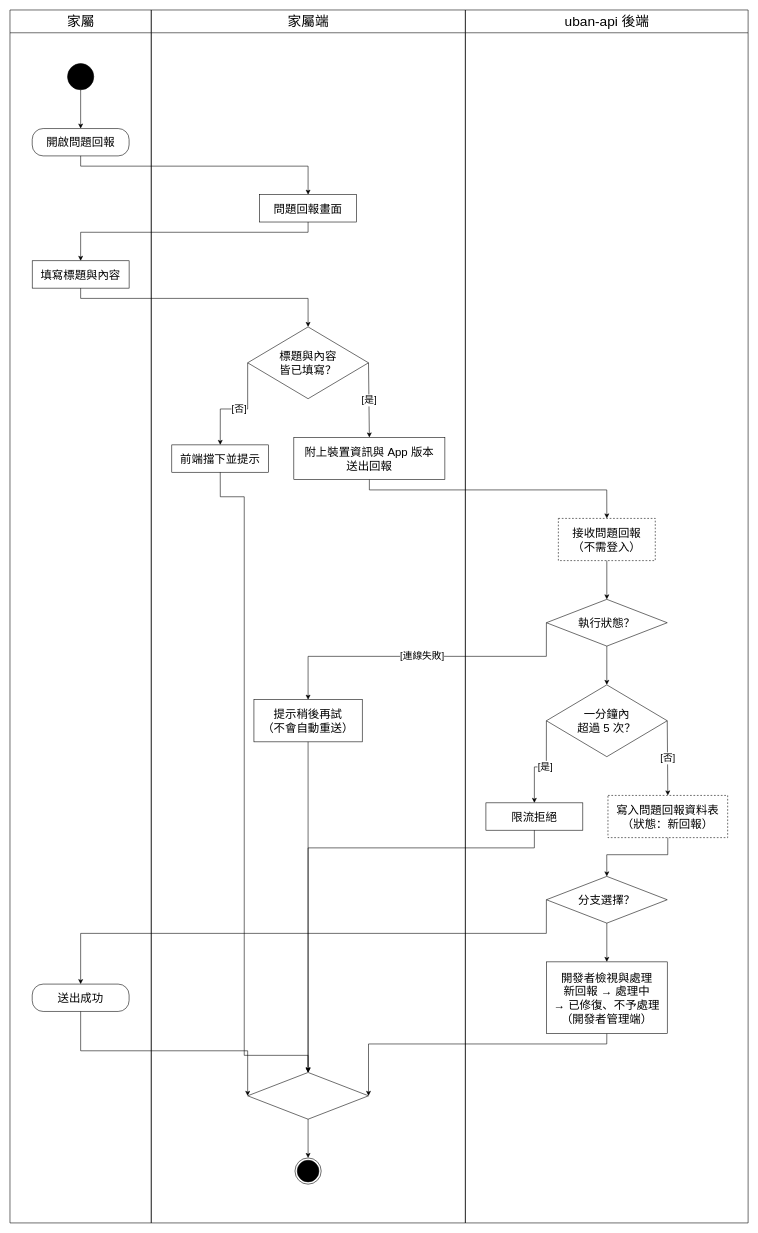
HuangYu-Kai/Uban keeps this draw.io diagram as Uban System Documents/drawio圖/A21-問題回報.drawio. Above is the earlier version. Source tidied: cells renumbered, new cells numbered last; positions are measured from the earlier drawing's top-left corner, leaving out a move shared by most shapes. Both pictures are drawn from the tidied source at 57%, with x=0, y=0 at pixel (10, 10).
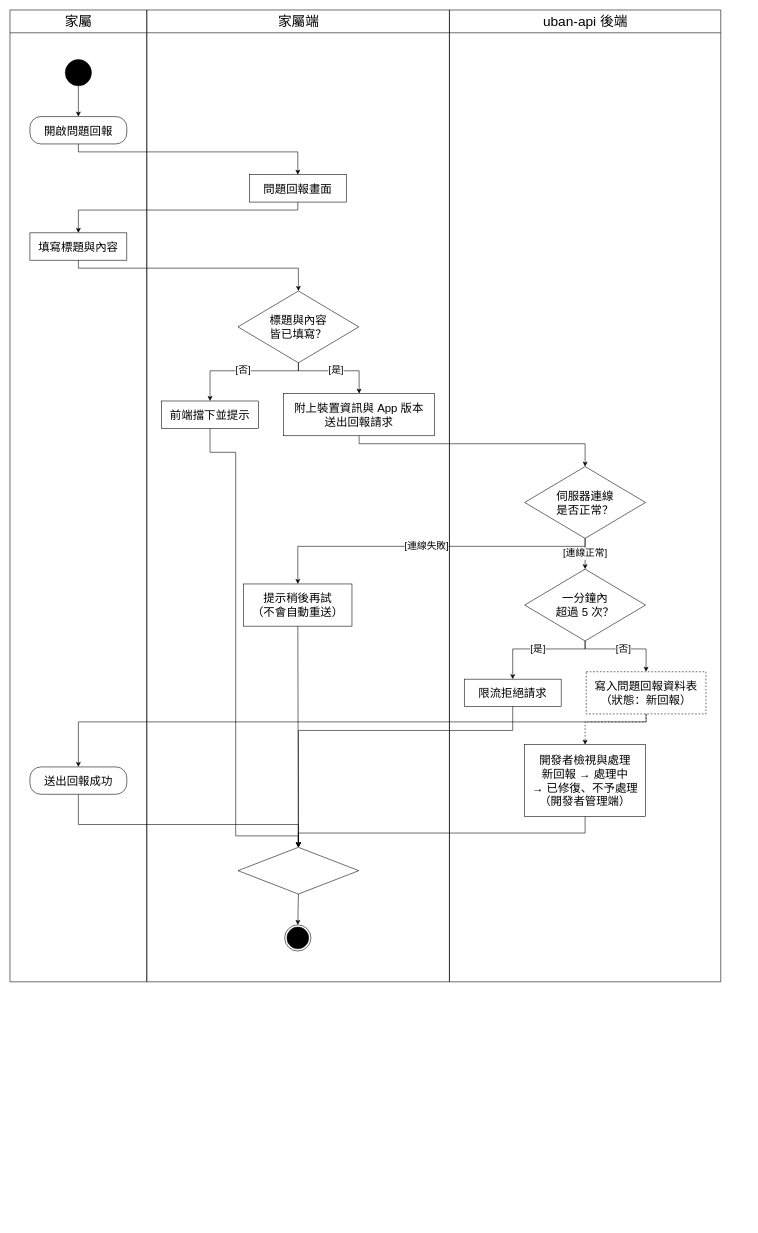
Above is the later version.

Diff of the diagram source:
```diff
@@
     <mxCell id="2" value="家屬" style="swimlane;html=1;horizontal=1;startSize=40;fillColor=none;strokeColor=#000000;fontSize=24;fontColor=#000000;fontStyle=0;swimlaneFillColor=none;" parent="1" vertex="1">
-      <mxGeometry width="247.9" height="2128" as="geometry" />
+      <mxGeometry width="240" height="1705" as="geometry" />
     </mxCell>
     <mxCell id="3" value="家屬端" style="swimlane;html=1;horizontal=1;startSize=40;fillColor=none;strokeColor=#000000;fontSize=24;fontColor=#000000;fontStyle=0;swimlaneFillColor=none;" parent="1" vertex="1">
-      <mxGeometry x="247.9" width="551" height="2128" as="geometry" />
+      <mxGeometry x="240" width="531" height="1705" as="geometry" />
     </mxCell>
     <mxCell id="4" value="uban-api 後端" style="swimlane;html=1;horizontal=1;startSize=40;fillColor=none;strokeColor=#000000;fontSize=24;fontColor=#000000;fontStyle=0;swimlaneFillColor=none;" parent="1" vertex="1">
-      <mxGeometry x="799" width="496" height="2128" as="geometry" />
+      <mxGeometry x="771" width="476" height="1705" as="geometry" />
     </mxCell>
     <mxCell id="5" style="ellipse;html=1;fillColor=#000000;strokeColor=#000000;" parent="2" vertex="1">
-      <mxGeometry x="101" y="94" width="46" height="46" as="geometry" />
+      <mxGeometry x="97" y="87" width="46" height="46" as="geometry" />
     </mxCell>
     <mxCell id="6" value="開啟問題回報" style="rounded=1;arcSize=40;whiteSpace=wrap;html=1;fillColor=#FFFFFF;strokeColor=#000000;fontSize=20;fontColor=#000000;" parent="2" vertex="1">
-      <mxGeometry x="39" y="208" width="170" height="48" as="geometry" />
+      <mxGeometry x="35" y="187" width="170" height="48" as="geometry" />
     </mxCell>
     <mxCell id="7" value="填寫標題與內容" style="rounded=0;whiteSpace=wrap;html=1;fillColor=#FFFFFF;strokeColor=#000000;fontSize=20;fontColor=#000000;" parent="2" vertex="1">
-      <mxGeometry x="39" y="440" width="170" height="48" as="geometry" />
+      <mxGeometry x="35" y="391" width="170" height="48" as="geometry" />
     </mxCell>
-    <mxCell id="8" value="送出成功" style="rounded=1;arcSize=40;whiteSpace=wrap;html=1;fillColor=#FFFFFF;strokeColor=#000000;fontSize=20;fontColor=#000000;" parent="2" vertex="1">
-      <mxGeometry x="39" y="1709" width="170" height="48" as="geometry" />
+    <mxCell id="8" value="送出回報成功" style="rounded=1;arcSize=40;whiteSpace=wrap;html=1;fillColor=#FFFFFF;strokeColor=#000000;fontSize=20;fontColor=#000000;" parent="2" vertex="1">
+      <mxGeometry x="35" y="1328" width="170" height="48" as="geometry" />
     </mxCell>
     <mxCell id="9" value="問題回報畫面" style="rounded=0;whiteSpace=wrap;html=1;fillColor=#FFFFFF;strokeColor=#000000;fontSize=20;fontColor=#000000;" parent="3" vertex="1">
-      <mxGeometry x="190.1" y="324" width="170" height="48" as="geometry" />
+      <mxGeometry x="180" y="289" width="170" height="48" as="geometry" />
     </mxCell>
     <mxCell id="10" value="標題與內容&lt;br&gt;皆已填寫？" style="rhombus;whiteSpace=wrap;html=1;fillColor=#FFFFFF;strokeColor=#000000;fontSize=20;fontColor=#000000;" parent="3" vertex="1">
-      <mxGeometry x="169.1" y="556" width="212" height="126" as="geometry" />
+      <mxGeometry x="160" y="493" width="212" height="126" as="geometry" />
     </mxCell>
     <mxCell id="11" value="前端擋下並提示" style="rounded=0;whiteSpace=wrap;html=1;fillColor=#FFFFFF;strokeColor=#000000;fontSize=20;fontColor=#000000;" parent="3" vertex="1">
-      <mxGeometry x="36" y="763" width="170" height="48" as="geometry" />
+      <mxGeometry x="26" y="686" width="170" height="48" as="geometry" />
     </mxCell>
-    <mxCell id="12" value="附上裝置資訊與 App 版本&lt;br&gt;送出回報" style="rounded=0;whiteSpace=wrap;html=1;fillColor=#FFFFFF;strokeColor=#000000;fontSize=20;fontColor=#000000;" parent="3" vertex="1">
-      <mxGeometry x="250.1" y="750" width="265" height="74" as="geometry" />
+    <mxCell id="12" value="附上裝置資訊與 App 版本&lt;br&gt;送出回報請求" style="rounded=0;whiteSpace=wrap;html=1;fillColor=#FFFFFF;strokeColor=#000000;fontSize=20;fontColor=#000000;" parent="3" vertex="1">
+      <mxGeometry x="240" y="673" width="265" height="74" as="geometry" />
     </mxCell>
     <mxCell id="13" value="提示稍後再試&lt;br&gt;（不會自動重送）" style="rounded=0;whiteSpace=wrap;html=1;fillColor=#FFFFFF;strokeColor=#000000;fontSize=20;fontColor=#000000;" parent="3" vertex="1">
-      <mxGeometry x="180.1" y="1210" width="190" height="74" as="geometry" />
+      <mxGeometry x="170" y="1007" width="190" height="74" as="geometry" />
     </mxCell>
     <mxCell id="14" style="rhombus;whiteSpace=wrap;html=1;fillColor=#FFFFFF;strokeColor=#000000;fontSize=20;fontColor=#000000;" parent="3" vertex="1">
-      <mxGeometry x="169.1" y="1864" width="212" height="82" as="geometry" />
+      <mxGeometry x="160" y="1469" width="212" height="82" as="geometry" />
     </mxCell>
     <mxCell id="15" style="ellipse;html=1;shape=endState;fillColor=#000000;strokeColor=#000000;" parent="3" vertex="1">
-      <mxGeometry x="252.1" y="2014" width="46" height="46" as="geometry" />
+      <mxGeometry x="242" y="1605" width="46" height="46" as="geometry" />
     </mxCell>
-    <mxCell id="16" value="接收問題回報&lt;br&gt;（不需登入）" style="rounded=0;whiteSpace=wrap;html=1;fillColor=#FFFFFF;strokeColor=#000000;fontSize=20;fontColor=#000000;dashed=1;" parent="4" vertex="1">
-      <mxGeometry x="163.1" y="892" width="170" height="74" as="geometry" />
+    <mxCell id="16" value="伺服器連線&lt;br&gt;是否正常？" style="rhombus;whiteSpace=wrap;html=1;fillColor=#FFFFFF;strokeColor=#000000;fontSize=20;fontColor=#000000;" parent="4" vertex="1">
+      <mxGeometry x="132" y="801" width="212" height="126" as="geometry" />
     </mxCell>
     <mxCell id="17" value="一分鐘內&lt;br&gt;超過 5 次？" style="rhombus;whiteSpace=wrap;html=1;fillColor=#FFFFFF;strokeColor=#000000;fontSize=20;fontColor=#000000;" parent="4" vertex="1">
-      <mxGeometry x="142.1" y="1184" width="212" height="126" as="geometry" />
+      <mxGeometry x="132" y="981" width="212" height="126" as="geometry" />
     </mxCell>
-    <mxCell id="18" value="限流拒絕" style="rounded=0;whiteSpace=wrap;html=1;fillColor=#FFFFFF;strokeColor=#000000;fontSize=20;fontColor=#000000;" parent="4" vertex="1">
-      <mxGeometry x="36" y="1391" width="170" height="48" as="geometry" />
+    <mxCell id="18" value="限流拒絕請求" style="rounded=0;whiteSpace=wrap;html=1;fillColor=#FFFFFF;strokeColor=#000000;fontSize=20;fontColor=#000000;" parent="4" vertex="1">
+      <mxGeometry x="26" y="1174" width="170" height="48" as="geometry" />
     </mxCell>
     <mxCell id="19" value="寫入問題回報資料表&lt;br&gt;（狀態：新回報）" style="rounded=0;whiteSpace=wrap;html=1;fillColor=#FFFFFF;strokeColor=#000000;fontSize=20;fontColor=#000000;dashed=1;" parent="4" vertex="1">
-      <mxGeometry x="250.1" y="1378" width="210" height="74" as="geometry" />
+      <mxGeometry x="240" y="1161" width="210" height="74" as="geometry" />
     </mxCell>
     <mxCell id="20" value="開發者檢視與處理&lt;br&gt;新回報 → 處理中&lt;br&gt;→ 已修復、不予處理&lt;br&gt;（開發者管理端）" style="rounded=0;whiteSpace=wrap;html=1;fillColor=#FFFFFF;strokeColor=#000000;fontSize=20;fontColor=#000000;" parent="4" vertex="1">
-      <mxGeometry x="142.1" y="1670" width="212" height="126" as="geometry" />
+      <mxGeometry x="132" y="1289" width="212" height="126" as="geometry" />
     </mxCell>
-    <mxCell id="21" value="執行狀態？" style="rhombus;whiteSpace=wrap;html=1;fillColor=#FFFFFF;strokeColor=#000000;fontSize=20;fontColor=#000000;" parent="4" vertex="1">
-      <mxGeometry x="142.1" y="1034" width="212" height="82" as="geometry" />
-    </mxCell>
-    <mxCell id="22" value="分支選擇？" style="rhombus;whiteSpace=wrap;html=1;fillColor=#FFFFFF;strokeColor=#000000;fontSize=20;fontColor=#000000;" parent="4" vertex="1">
-      <mxGeometry x="142.1" y="1520" width="212" height="82" as="geometry" />
-    </mxCell>
@@
     <mxCell id="24" style="edgeStyle=none;rounded=0;html=1;strokeColor=#000000;fontSize=17;fontColor=#000000;labelBackgroundColor=#FFFFFF;endArrow=classic;endFill=1;exitPerimeter=0;entryPerimeter=0;exitX=0.5;exitY=1;exitDx=0;exitDy=0;entryX=0.5;entryY=0;entryDx=0;entryDy=0;" parent="1" edge="1" source="6" target="9">
       <mxGeometry relative="1" as="geometry">
         <Array as="points">
-          <mxPoint x="124" y="274" />
-          <mxPoint x="523" y="274" />
+          <mxPoint x="120" y="249" />
+          <mxPoint x="505" y="249" />
         </Array>
       </mxGeometry>
     </mxCell>
     <mxCell id="25" style="edgeStyle=none;rounded=0;html=1;strokeColor=#000000;fontSize=17;fontColor=#000000;labelBackgroundColor=#FFFFFF;endArrow=classic;endFill=1;exitPerimeter=0;entryPerimeter=0;exitX=0.5;exitY=1;exitDx=0;exitDy=0;entryX=0.5;entryY=0;entryDx=0;entryDy=0;" parent="1" edge="1" source="9" target="7">
       <mxGeometry relative="1" as="geometry">
         <Array as="points">
-          <mxPoint x="523" y="390" />
-          <mxPoint x="124" y="390" />
+          <mxPoint x="505" y="351" />
+          <mxPoint x="120" y="351" />
         </Array>
       </mxGeometry>
     </mxCell>
     <mxCell id="26" style="edgeStyle=none;rounded=0;html=1;strokeColor=#000000;fontSize=17;fontColor=#000000;labelBackgroundColor=#FFFFFF;endArrow=classic;endFill=1;exitPerimeter=0;entryPerimeter=0;exitX=0.5;exitY=1;exitDx=0;exitDy=0;entryX=0.5;entryY=0;entryDx=0;entryDy=0;" parent="1" edge="1" source="7" target="10">
       <mxGeometry relative="1" as="geometry">
         <Array as="points">
-          <mxPoint x="124" y="506" />
-          <mxPoint x="523" y="506" />
+          <mxPoint x="120" y="453" />
+          <mxPoint x="506" y="453" />
         </Array>
       </mxGeometry>
     </mxCell>
-    <mxCell id="27" value="[否]" style="edgeStyle=none;rounded=0;html=1;strokeColor=#000000;fontSize=17;fontColor=#000000;labelBackgroundColor=#FFFFFF;endArrow=classic;endFill=1;exitPerimeter=0;entryPerimeter=0;exitX=0;exitY=0.5;exitDx=0;exitDy=0;entryX=0.5;entryY=0;entryDx=0;entryDy=0;" parent="1" edge="1" source="10" target="11">
+    <mxCell id="27" value="[否]" style="edgeStyle=none;rounded=0;html=1;strokeColor=#000000;fontSize=17;fontColor=#000000;labelBackgroundColor=#FFFFFF;endArrow=classic;endFill=1;exitPerimeter=0;entryPerimeter=0;exitX=0.5;exitY=1;exitDx=0;exitDy=0;entryX=0.5;entryY=0;entryDx=0;entryDy=0;" parent="1" edge="1" source="10" target="11">
       <mxGeometry relative="1" as="geometry">
         <Array as="points">
-          <mxPoint x="417" y="700" />
-          <mxPoint x="369" y="700" />
+          <mxPoint x="506" y="633" />
+          <mxPoint x="351" y="633" />
         </Array>
       </mxGeometry>
     </mxCell>
-    <mxCell id="28" value="[是]" style="edgeStyle=none;rounded=0;html=1;strokeColor=#000000;fontSize=17;fontColor=#000000;labelBackgroundColor=#FFFFFF;endArrow=classic;endFill=1;exitPerimeter=0;entryPerimeter=0;exitX=1;exitY=0.5;exitDx=0;exitDy=0;entryX=0.5;entryY=0;entryDx=0;entryDy=0;" parent="1" edge="1" source="10" target="12">
-      <mxGeometry relative="1" as="geometry" />
+    <mxCell id="28" value="[是]" style="edgeStyle=none;rounded=0;html=1;strokeColor=#000000;fontSize=17;fontColor=#000000;labelBackgroundColor=#FFFFFF;endArrow=classic;endFill=1;exitPerimeter=0;entryPerimeter=0;exitX=0.5;exitY=1;exitDx=0;exitDy=0;entryX=0.5;entryY=0;entryDx=0;entryDy=0;" parent="1" edge="1" source="10" target="12">
+      <mxGeometry relative="1" as="geometry">
+        <Array as="points">
+          <mxPoint x="506" y="633" />
+          <mxPoint x="612.5" y="633" />
+        </Array>
+      </mxGeometry>
     </mxCell>
     <mxCell id="29" style="edgeStyle=none;rounded=0;html=1;strokeColor=#000000;fontSize=17;fontColor=#000000;labelBackgroundColor=#FFFFFF;endArrow=classic;endFill=1;exitPerimeter=0;entryPerimeter=0;exitX=0.5;exitY=1;exitDx=0;exitDy=0;entryX=0.5;entryY=0;entryDx=0;entryDy=0;" parent="1" edge="1" source="12" target="16">
       <mxGeometry relative="1" as="geometry">
         <Array as="points">
-          <mxPoint x="630.5" y="842" />
-          <mxPoint x="1047" y="842" />
+          <mxPoint x="612.5" y="761" />
+          <mxPoint x="1009" y="761" />
         </Array>
       </mxGeometry>
     </mxCell>
-    <mxCell id="30" value="[連線失敗]" style="edgeStyle=none;rounded=0;html=1;strokeColor=#000000;fontSize=17;fontColor=#000000;labelBackgroundColor=#FFFFFF;endArrow=classic;endFill=1;exitPerimeter=0;entryPerimeter=0;exitX=0;exitY=0.5;exitDx=0;exitDy=0;entryX=0.5;entryY=0;entryDx=0;entryDy=0;" parent="1" edge="1" source="21" target="13">
+    <mxCell id="30" value="[連線失敗]" style="edgeStyle=none;rounded=0;html=1;strokeColor=#000000;fontSize=17;fontColor=#000000;labelBackgroundColor=#FFFFFF;endArrow=classic;endFill=1;exitPerimeter=0;entryPerimeter=0;exitX=0.5;exitY=1;exitDx=0;exitDy=0;entryX=0.5;entryY=0;entryDx=0;entryDy=0;" parent="1" edge="1" source="16" target="13">
       <mxGeometry relative="1" as="geometry">
         <Array as="points">
-          <mxPoint x="941" y="1134" />
-          <mxPoint x="523" y="1134" />
+          <mxPoint x="1009" y="941" />
+          <mxPoint x="505" y="941" />
         </Array>
       </mxGeometry>
     </mxCell>
-    <mxCell id="31" style="edgeStyle=none;rounded=0;html=1;strokeColor=#000000;fontSize=17;fontColor=#000000;labelBackgroundColor=#FFFFFF;endArrow=classic;endFill=1;exitPerimeter=0;entryPerimeter=0;exitX=0.5;exitY=1;exitDx=0;exitDy=0;entryX=0.5;entryY=0;entryDx=0;entryDy=0;" parent="1" edge="1" source="21" target="17">
+    <mxCell id="31" value="[連線正常]" style="edgeStyle=none;rounded=0;html=1;strokeColor=#000000;fontSize=17;fontColor=#000000;labelBackgroundColor=#FFFFFF;endArrow=classic;endFill=1;exitPerimeter=0;entryPerimeter=0;exitX=0.5;exitY=1;exitDx=0;exitDy=0;entryX=0.5;entryY=0;entryDx=0;entryDy=0;" parent="1" edge="1" source="16" target="17">
       <mxGeometry relative="1" as="geometry" />
     </mxCell>
-    <mxCell id="32" value="[是]" style="edgeStyle=none;rounded=0;html=1;strokeColor=#000000;fontSize=17;fontColor=#000000;labelBackgroundColor=#FFFFFF;endArrow=classic;endFill=1;exitPerimeter=0;entryPerimeter=0;exitX=0;exitY=0.5;exitDx=0;exitDy=0;entryX=0.5;entryY=0;entryDx=0;entryDy=0;" parent="1" edge="1" source="17" target="18">
+    <mxCell id="32" value="[是]" style="edgeStyle=none;rounded=0;html=1;strokeColor=#000000;fontSize=17;fontColor=#000000;labelBackgroundColor=#FFFFFF;endArrow=classic;endFill=1;exitPerimeter=0;entryPerimeter=0;exitX=0.5;exitY=1;exitDx=0;exitDy=0;entryX=0.5;entryY=0;entryDx=0;entryDy=0;" parent="1" edge="1" source="17" target="18">
       <mxGeometry relative="1" as="geometry">
         <Array as="points">
-          <mxPoint x="941" y="1328" />
-          <mxPoint x="920" y="1328" />
+          <mxPoint x="1009" y="1121" />
+          <mxPoint x="882" y="1121" />
         </Array>
       </mxGeometry>
     </mxCell>
-    <mxCell id="33" value="[否]" style="edgeStyle=none;rounded=0;html=1;strokeColor=#000000;fontSize=17;fontColor=#000000;labelBackgroundColor=#FFFFFF;endArrow=classic;endFill=1;exitPerimeter=0;entryPerimeter=0;exitX=1;exitY=0.5;exitDx=0;exitDy=0;entryX=0.5;entryY=0;entryDx=0;entryDy=0;" parent="1" edge="1" source="17" target="19">
-      <mxGeometry relative="1" as="geometry" />
+    <mxCell id="33" value="[否]" style="edgeStyle=none;rounded=0;html=1;strokeColor=#000000;fontSize=17;fontColor=#000000;labelBackgroundColor=#FFFFFF;endArrow=classic;endFill=1;exitPerimeter=0;entryPerimeter=0;exitX=0.5;exitY=1;exitDx=0;exitDy=0;entryX=0.5;entryY=0;entryDx=0;entryDy=0;" parent="1" edge="1" source="17" target="19">
+      <mxGeometry relative="1" as="geometry">
+        <Array as="points">
+          <mxPoint x="1009" y="1121" />
+          <mxPoint x="1116" y="1121" />
+        </Array>
+      </mxGeometry>
     </mxCell>
-    <mxCell id="34" style="edgeStyle=none;rounded=0;html=1;strokeColor=#000000;fontSize=17;fontColor=#000000;labelBackgroundColor=#FFFFFF;endArrow=classic;endFill=1;exitPerimeter=0;entryPerimeter=0;exitX=0;exitY=0.5;exitDx=0;exitDy=0;entryX=0.5;entryY=0;entryDx=0;entryDy=0;" parent="1" edge="1" source="22" target="8">
+    <mxCell id="34" style="edgeStyle=none;rounded=0;html=1;strokeColor=#000000;fontSize=17;fontColor=#000000;labelBackgroundColor=#FFFFFF;endArrow=classic;endFill=1;exitPerimeter=0;entryPerimeter=0;exitX=0.5;exitY=1;exitDx=0;exitDy=0;entryX=0.5;entryY=0;entryDx=0;entryDy=0;" parent="1" edge="1" source="19" target="8">
       <mxGeometry relative="1" as="geometry">
         <Array as="points">
-          <mxPoint x="941" y="1620" />
-          <mxPoint x="124" y="1620" />
+          <mxPoint x="1116" y="1249" />
+          <mxPoint x="120" y="1249" />
         </Array>
       </mxGeometry>
     </mxCell>
-    <mxCell id="35" style="edgeStyle=none;rounded=0;html=1;strokeColor=#000000;fontSize=17;fontColor=#000000;labelBackgroundColor=#FFFFFF;endArrow=classic;endFill=1;exitPerimeter=0;entryPerimeter=0;exitX=0.5;exitY=1;exitDx=0;exitDy=0;entryX=0.5;entryY=0;entryDx=0;entryDy=0;" parent="1" edge="1" source="22" target="20">
-      <mxGeometry relative="1" as="geometry" />
+    <mxCell id="35" style="edgeStyle=none;rounded=0;html=1;strokeColor=#000000;fontSize=17;fontColor=#000000;labelBackgroundColor=#FFFFFF;endArrow=classic;endFill=1;exitPerimeter=0;entryPerimeter=0;dashed=1;exitX=0.5;exitY=1;exitDx=0;exitDy=0;entryX=0.5;entryY=0;entryDx=0;entryDy=0;" parent="1" edge="1" source="19" target="20">
+      <mxGeometry relative="1" as="geometry">
+        <Array as="points">
+          <mxPoint x="1116" y="1249" />
+          <mxPoint x="1009" y="1249" />
+        </Array>
+      </mxGeometry>
     </mxCell>
-    <mxCell id="36" style="edgeStyle=none;rounded=0;html=1;strokeColor=#000000;fontSize=17;fontColor=#000000;labelBackgroundColor=#FFFFFF;endArrow=classic;endFill=1;exitPerimeter=0;entryPerimeter=0;exitX=0.5;exitY=1;exitDx=0;exitDy=0;entryX=0;entryY=0.5;entryDx=0;entryDy=0;" parent="1" edge="1" source="8" target="14">
+    <mxCell id="36" style="edgeStyle=none;rounded=0;html=1;strokeColor=#000000;fontSize=17;fontColor=#000000;labelBackgroundColor=#FFFFFF;endArrow=classic;endFill=1;exitPerimeter=0;entryPerimeter=0;exitX=0.5;exitY=1;exitDx=0;exitDy=0;entryX=0.5;entryY=0;entryDx=0;entryDy=0;" parent="1" edge="1" source="8" target="14">
       <mxGeometry relative="1" as="geometry">
         <Array as="points">
-          <mxPoint x="124" y="1826" />
-          <mxPoint x="417" y="1826" />
+          <mxPoint x="120" y="1429" />
+          <mxPoint x="506" y="1429" />
         </Array>
       </mxGeometry>
     </mxCell>
     <mxCell id="37" style="edgeStyle=none;rounded=0;html=1;strokeColor=#000000;fontSize=17;fontColor=#000000;labelBackgroundColor=#FFFFFF;endArrow=classic;endFill=1;exitPerimeter=0;entryPerimeter=0;exitX=0.5;exitY=1;exitDx=0;exitDy=0;entryX=0.5;entryY=0;entryDx=0;entryDy=0;" parent="1" edge="1" source="11" target="14">
       <mxGeometry relative="1" as="geometry">
         <Array as="points">
-          <mxPoint x="369" y="854" />
-          <mxPoint x="411" y="854" />
-          <mxPoint x="411" y="1834" />
-          <mxPoint x="523" y="1834" />
+          <mxPoint x="351" y="776" />
+          <mxPoint x="396" y="776" />
+          <mxPoint x="396" y="1449" />
+          <mxPoint x="506" y="1449" />
         </Array>
       </mxGeometry>
     </mxCell>
@@
     <mxCell id="39" style="edgeStyle=none;rounded=0;html=1;strokeColor=#000000;fontSize=17;fontColor=#000000;labelBackgroundColor=#FFFFFF;endArrow=classic;endFill=1;exitPerimeter=0;entryPerimeter=0;exitX=0.5;exitY=1;exitDx=0;exitDy=0;entryX=0.5;entryY=0;entryDx=0;entryDy=0;" parent="1" edge="1" source="18" target="14">
       <mxGeometry relative="1" as="geometry">
         <Array as="points">
-          <mxPoint x="920" y="1470" />
-          <mxPoint x="523" y="1470" />
+          <mxPoint x="882" y="1264" />
+          <mxPoint x="506" y="1264" />
         </Array>
       </mxGeometry>
     </mxCell>
-    <mxCell id="40" style="edgeStyle=none;rounded=0;html=1;strokeColor=#000000;fontSize=17;fontColor=#000000;labelBackgroundColor=#FFFFFF;endArrow=classic;endFill=1;exitPerimeter=0;entryPerimeter=0;exitX=0.5;exitY=1;exitDx=0;exitDy=0;entryX=1;entryY=0.5;entryDx=0;entryDy=0;" parent="1" edge="1" source="20" target="14">
+    <mxCell id="40" style="edgeStyle=none;rounded=0;html=1;strokeColor=#000000;fontSize=17;fontColor=#000000;labelBackgroundColor=#FFFFFF;endArrow=classic;endFill=1;exitPerimeter=0;entryPerimeter=0;exitX=0.5;exitY=1;exitDx=0;exitDy=0;entryX=0.5;entryY=0;entryDx=0;entryDy=0;" parent="1" edge="1" source="20" target="14">
       <mxGeometry relative="1" as="geometry">
         <Array as="points">
-          <mxPoint x="1047" y="1814" />
-          <mxPoint x="629" y="1814" />
+          <mxPoint x="1009" y="1444" />
+          <mxPoint x="506" y="1444" />
         </Array>
       </mxGeometry>
     </mxCell>
-    <mxCell id="41" style="edgeStyle=none;rounded=0;html=1;strokeColor=#000000;fontSize=17;fontColor=#000000;labelBackgroundColor=#FFFFFF;endArrow=classic;endFill=1;exitPerimeter=0;entryPerimeter=0;exitX=0.5;exitY=1;exitDx=0;exitDy=0;entryX=0.5;entryY=0;entryDx=0;entryDy=0;" parent="1" edge="1" source="16" target="21">
+    <mxCell id="41" style="edgeStyle=none;rounded=0;html=1;strokeColor=#000000;fontSize=17;fontColor=#000000;labelBackgroundColor=#FFFFFF;endArrow=classic;endFill=1;exitPerimeter=0;entryPerimeter=0;exitX=0.5;exitY=1;exitDx=0;exitDy=0;entryX=0.5;entryY=0;entryDx=0;entryDy=0;" parent="1" edge="1" source="14" target="15">
       <mxGeometry relative="1" as="geometry" />
     </mxCell>
-    <mxCell id="42" style="edgeStyle=none;rounded=0;html=1;strokeColor=#000000;fontSize=17;fontColor=#000000;labelBackgroundColor=#FFFFFF;endArrow=classic;endFill=1;exitPerimeter=0;entryPerimeter=0;exitX=0.5;exitY=1;exitDx=0;exitDy=0;entryX=0.5;entryY=0;entryDx=0;entryDy=0;" parent="1" edge="1" source="19" target="22">
-      <mxGeometry relative="1" as="geometry">
-        <Array as="points">
-          <mxPoint x="1154" y="1482" />
-          <mxPoint x="1047" y="1482" />
-        </Array>
-      </mxGeometry>
-    </mxCell>
-    <mxCell id="43" style="edgeStyle=none;rounded=0;html=1;strokeColor=#000000;fontSize=17;fontColor=#000000;labelBackgroundColor=#FFFFFF;endArrow=classic;endFill=1;exitPerimeter=0;entryPerimeter=0;exitX=0.5;exitY=1;exitDx=0;exitDy=0;entryX=0.5;entryY=0;entryDx=0;entryDy=0;" parent="1" edge="1" source="14" target="15">
-      <mxGeometry relative="1" as="geometry" />
-    </mxCell>
```
